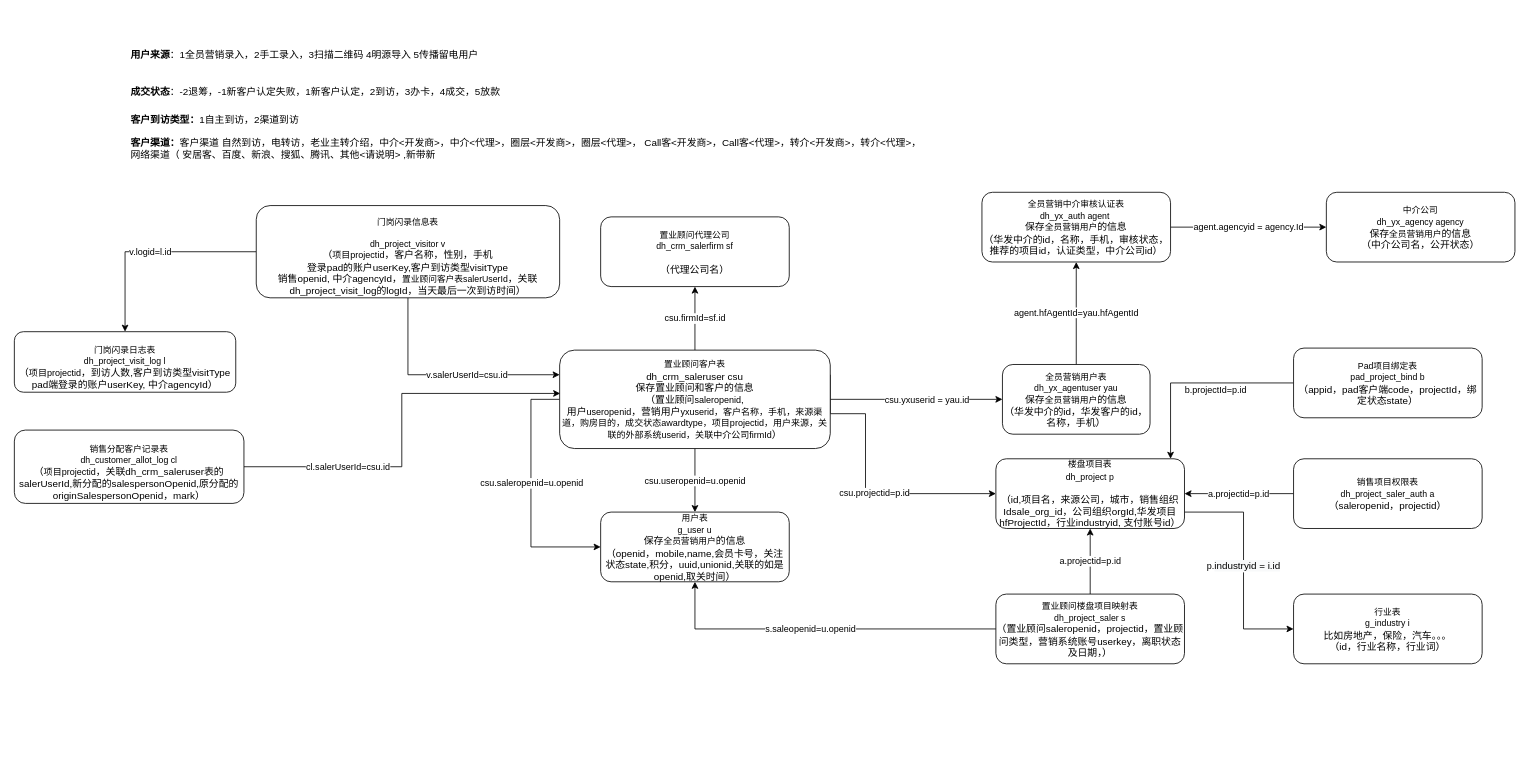
Earlier version of the draw.io diagram page "移动案场基础表结构关系" (3 of 4) of 全民营销.drawio (juesuchen/diagrams). Source tidied: cells renumbered, new cells numbered last; positions are measured from the earlier drawing's top-left corner, leaving out a move shared by most shapes. Both pictures are drawn from the tidied source at 82%, with x=0, y=0 at pixel (14, 20).
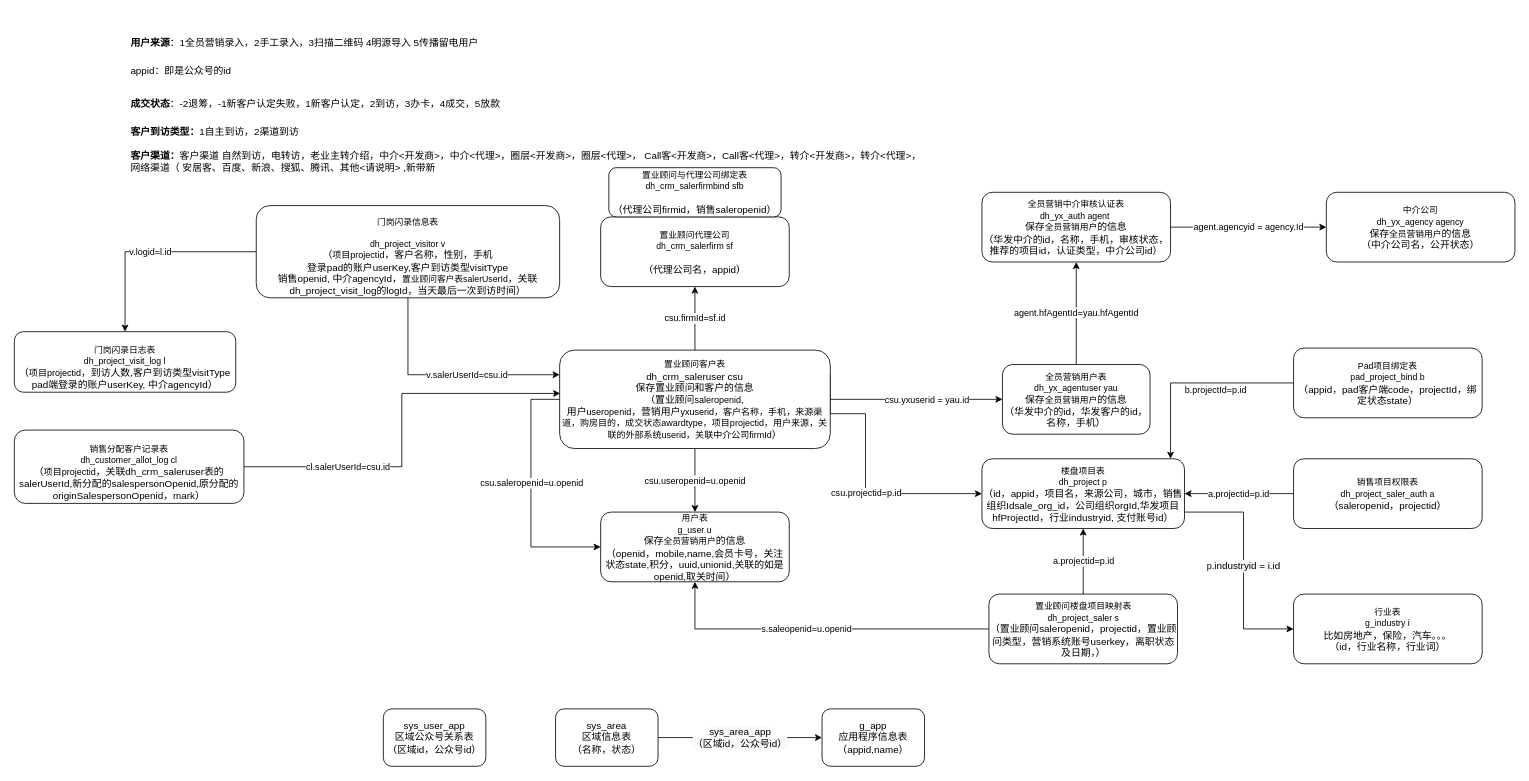
Above is the later version.

Commit message:
更新全民营销.drawio

The edit, as a diff of the source:
```diff
@@
-    <mxCell id="17" value="&lt;h1&gt;&lt;b style=&quot;font-size: 12px&quot;&gt;用户来源&lt;/b&gt;&lt;span style=&quot;font-size: 12px ; font-weight: normal&quot;&gt;：1全员营销录入，2手工录入，3扫描二维码 4明源导入 5传播留电用户&lt;/span&gt;&lt;/h1&gt;&lt;h1&gt;&lt;b style=&quot;font-size: 12px&quot;&gt;成交状态&lt;/b&gt;&lt;span style=&quot;font-size: 12px ; font-weight: normal&quot;&gt;：-2退筹，-1新客户认定失败，1新客户认定，2到访，3办卡，4成交，5放款&lt;/span&gt;&lt;/h1&gt;&lt;b&gt;客户到访类型：&lt;/b&gt;1自主到访，2渠道到访&lt;div&gt;&lt;span style=&quot;font-weight: normal ; font-size: 12px&quot;&gt;&lt;br&gt;&lt;/span&gt;&lt;/div&gt;&lt;div&gt;&lt;b&gt;客户渠道：&lt;/b&gt;客户渠道 自然到访，电转访，老业主转介绍，中介&amp;lt;开发商&amp;gt;，中介&amp;lt;代理&amp;gt;，圈层&amp;lt;开发商&amp;gt;，圈层&amp;lt;代理&amp;gt;， Call客&amp;lt;开发商&amp;gt;，Call客&amp;lt;代理&amp;gt;，转介&amp;lt;开发商&amp;gt;，转介&amp;lt;代理&amp;gt;，网络渠道（ 安居客、百度、新浪、搜狐、腾讯、其他&amp;lt;请说明&amp;gt; ,新带新&lt;/div&gt;&lt;b&gt;&lt;/b&gt;" style="text;html=1;strokeColor=none;fillColor=none;align=left;verticalAlign=middle;whiteSpace=wrap;rounded=0;spacing=2;spacingBottom=0;spacingTop=0;" parent="1" vertex="1">
+    <mxCell id="17" value="&lt;h1&gt;&lt;b style=&quot;font-size: 12px&quot;&gt;用户来源&lt;/b&gt;&lt;span style=&quot;font-size: 12px ; font-weight: normal&quot;&gt;：1全员营销录入，2手工录入，3扫描二维码 4明源导入 5传播留电用户&lt;/span&gt;&lt;/h1&gt;&lt;div&gt;&lt;span style=&quot;text-align: center&quot;&gt;appid：即是公众号的id&lt;/span&gt;&lt;span style=&quot;font-size: 12px ; font-weight: normal&quot;&gt;&lt;br&gt;&lt;/span&gt;&lt;/div&gt;&lt;h1&gt;&lt;b style=&quot;font-size: 12px&quot;&gt;成交状态&lt;/b&gt;&lt;span style=&quot;font-size: 12px ; font-weight: normal&quot;&gt;：-2退筹，-1新客户认定失败，1新客户认定，2到访，3办卡，4成交，5放款&lt;/span&gt;&lt;/h1&gt;&lt;b&gt;客户到访类型：&lt;/b&gt;1自主到访，2渠道到访&lt;div&gt;&lt;span style=&quot;font-weight: normal ; font-size: 12px&quot;&gt;&lt;br&gt;&lt;/span&gt;&lt;/div&gt;&lt;div&gt;&lt;b&gt;客户渠道：&lt;/b&gt;客户渠道 自然到访，电转访，老业主转介绍，中介&amp;lt;开发商&amp;gt;，中介&amp;lt;代理&amp;gt;，圈层&amp;lt;开发商&amp;gt;，圈层&amp;lt;代理&amp;gt;， Call客&amp;lt;开发商&amp;gt;，Call客&amp;lt;代理&amp;gt;，转介&amp;lt;开发商&amp;gt;，转介&amp;lt;代理&amp;gt;，网络渠道（ 安居客、百度、新浪、搜狐、腾讯、其他&amp;lt;请说明&amp;gt; ,新带新&lt;/div&gt;&lt;b&gt;&lt;/b&gt;" style="text;html=1;strokeColor=none;fillColor=none;align=left;verticalAlign=middle;whiteSpace=wrap;rounded=0;spacing=2;spacingBottom=0;spacingTop=0;" parent="1" vertex="1">
       <mxGeometry x="140" width="970" height="180" as="geometry" />
     </mxCell>
-    <mxCell id="18" value="&lt;span style=&quot;font-size: 10.6667px&quot;&gt;置业顾问代理公司&lt;/span&gt;&lt;br&gt;&lt;span style=&quot;font-size: 10.6667px&quot;&gt;dh_crm_salerfirm&amp;nbsp;sf&lt;/span&gt;&lt;br&gt;&lt;br&gt;（代理公司名）" style="rounded=1;whiteSpace=wrap;html=1;" parent="1" vertex="1">
+    <mxCell id="18" value="&lt;span style=&quot;font-size: 10.6667px&quot;&gt;置业顾问代理公司&lt;/span&gt;&lt;br&gt;&lt;span style=&quot;font-size: 10.6667px&quot;&gt;dh_crm_salerfirm&amp;nbsp;sf&lt;/span&gt;&lt;br&gt;&lt;br&gt;（代理公司名，appid）" style="rounded=1;whiteSpace=wrap;html=1;" parent="1" vertex="1">
       <mxGeometry x="715" y="240" width="230" height="85" as="geometry" />
     </mxCell>
@@
-    <mxCell id="20" value="&lt;span style=&quot;font-size: 10.6667px&quot;&gt;楼盘项目表&lt;/span&gt;&lt;br&gt;&lt;span style=&quot;font-size: 10.6667px&quot;&gt;dh_project&amp;nbsp;p&lt;/span&gt;&lt;br&gt;&lt;br&gt;（id,项目名，来源公司，城市，销售组织Idsale_org_id，公司组织orgId,华发项目hfProjectId，行业industryid, 支付账号id）" style="rounded=1;whiteSpace=wrap;html=1;" parent="1" vertex="1">
-      <mxGeometry x="1197" y="535" width="230" height="85" as="geometry" />
+    <mxCell id="20" value="&lt;span style=&quot;font-size: 10.6667px&quot;&gt;楼盘项目表&lt;/span&gt;&lt;br&gt;&lt;span style=&quot;font-size: 10.6667px&quot;&gt;dh_project&amp;nbsp;p&lt;/span&gt;&lt;br&gt;（id，appid，项目名，来源公司，城市，销售组织Idsale_org_id，公司组织orgId,华发项目hfProjectId，行业industryid, 支付账号id）" style="rounded=1;whiteSpace=wrap;html=1;" parent="1" vertex="1">
+      <mxGeometry x="1180" y="535" width="247" height="85" as="geometry" />
     </mxCell>
@@
     <mxCell id="30" value="&lt;span style=&quot;font-size: 10.6667px&quot;&gt;置业顾问楼盘项目映射表&lt;br&gt;dh_project_saler s&lt;/span&gt;&lt;br&gt;（置业顾问saleropenid，projectid，置业顾问类型，营销系统账号userkey，离职状态及日期，）" style="rounded=1;whiteSpace=wrap;html=1;" parent="1" vertex="1">
-      <mxGeometry x="1197" y="700" width="230" height="85" as="geometry" />
+      <mxGeometry x="1188.5" y="700" width="230" height="85" as="geometry" />
     </mxCell>
@@
+    <mxCell id="38" value="&lt;span style=&quot;font-size: 10.6667px&quot;&gt;置业顾问与代理公司绑定表dh_crm_salerfirmbind sfb&lt;/span&gt;&lt;br&gt;&lt;br&gt;（代理公司firmid，销售saleropenid）" style="rounded=1;whiteSpace=wrap;html=1;" parent="1" vertex="1">
+      <mxGeometry x="725" y="180" width="210" height="60" as="geometry" />
+    </mxCell>
+    <mxCell id="39" value="&lt;span style=&quot;color: rgb(0 , 0 , 0) ; font-family: &amp;#34;helvetica&amp;#34; ; font-size: 12px ; font-style: normal ; font-weight: 400 ; letter-spacing: normal ; text-align: center ; text-indent: 0px ; text-transform: none ; word-spacing: 0px ; background-color: rgb(248 , 249 , 250) ; display: inline ; float: none&quot;&gt;sys_area_app&lt;/span&gt;&lt;br&gt;&lt;span style=&quot;font-size: 12px ; background-color: rgb(248 , 249 , 250)&quot;&gt;（区域id，公众号id）&lt;/span&gt;" style="edgeStyle=orthogonalEdgeStyle;rounded=0;jettySize=auto;html=1;" parent="1" edge="1" source="40" target="42">
+      <mxGeometry relative="1" as="geometry" />
+    </mxCell>
+    <mxCell id="40" value="sys_area&lt;br&gt;区域信息表&lt;br&gt;（名称，状态）" style="rounded=1;whiteSpace=wrap;html=1;" parent="1" vertex="1">
+      <mxGeometry x="660" y="840" width="125" height="70" as="geometry" />
+    </mxCell>
+    <mxCell id="41" value="sys_user_app&lt;br&gt;区域公众号关系表&lt;br&gt;（区域id，公众号id）" style="rounded=1;whiteSpace=wrap;html=1;" parent="1" vertex="1">
+      <mxGeometry x="450" y="840" width="125" height="70" as="geometry" />
+    </mxCell>
+    <mxCell id="42" value="g_app&lt;br&gt;应用程序信息表&lt;br&gt;（appid,name）" style="rounded=1;whiteSpace=wrap;html=1;" parent="1" vertex="1">
+      <mxGeometry x="985" y="840" width="125" height="70" as="geometry" />
+    </mxCell>
```
